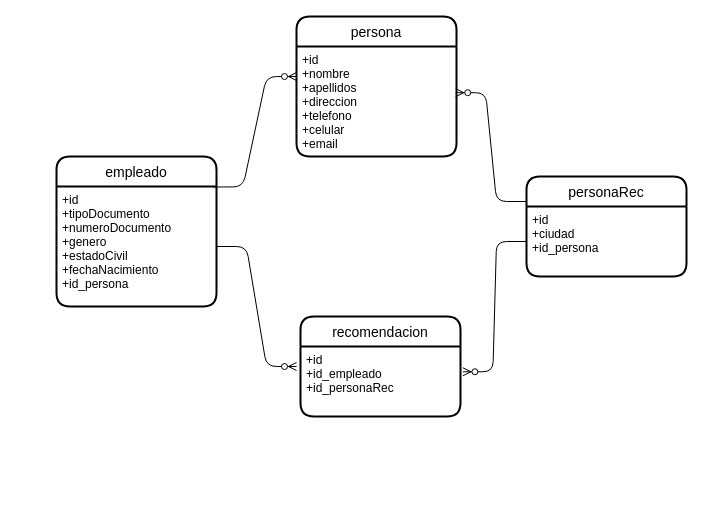
Before: HojasDeVida.drawio in shaten10/hdv, a draw.io diagram. Source tidied: cells renumbered, new cells numbered last; positions are measured from the earlier drawing's top-left corner, leaving out a move shared by most shapes. Both pictures are drawn from the tidied source at 100%, with x=0, y=0 at pixel (56, 16).
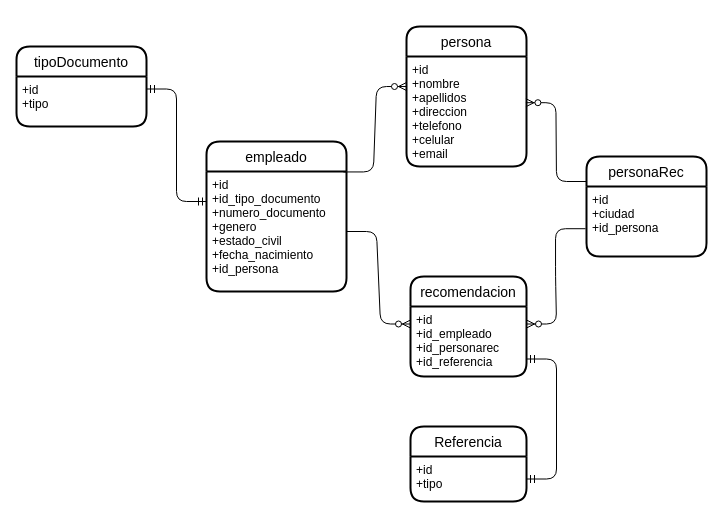
The same diagram, later.

Commit message (it also covers changes not shown here):
Cambios 1 Diseño relacional

Diff of the diagram source:
```diff
@@
 <mxGraphModel>
   <root>
     <mxCell id="0" />
     <mxCell id="1" parent="0" />
     <mxCell id="2" value="persona" style="swimlane;horizontal=1;startSize=30;rounded=1;fontSize=14;fontStyle=0;strokeWidth=2;shadow=0;dashed=0;align=center;" parent="1" vertex="1">
-      <mxGeometry x="240" width="160" height="140" as="geometry" />
+      <mxGeometry x="350" y="10" width="120" height="140" as="geometry" />
     </mxCell>
     <mxCell id="3" value="+id&#10;+nombre&#10;+apellidos&#10;+direccion&#10;+telefono&#10;+celular&#10;+email" style="align=left;strokeColor=none;fillColor=none;spacingLeft=4;fontSize=12;verticalAlign=top;" parent="2" vertex="1">
-      <mxGeometry y="30" width="160" height="110" as="geometry" />
+      <mxGeometry y="30" width="120" height="110" as="geometry" />
     </mxCell>
     <mxCell id="4" value="empleado" style="swimlane;horizontal=1;startSize=30;rounded=1;fontSize=14;fontStyle=0;strokeWidth=2;shadow=0;dashed=0;align=center;" parent="1" vertex="1">
-      <mxGeometry y="140" width="160" height="150" as="geometry" />
+      <mxGeometry x="150" y="125" width="140" height="150" as="geometry" />
     </mxCell>
-    <mxCell id="5" value="+id&#10;+tipoDocumento&#10;+numeroDocumento&#10;+genero&#10;+estadoCivil&#10;+fechaNacimiento&#10;+id_persona&#10;" style="align=left;strokeColor=none;fillColor=none;spacingLeft=4;fontSize=12;verticalAlign=top;" parent="4" vertex="1">
-      <mxGeometry y="30" width="160" height="120" as="geometry" />
+    <mxCell id="5" value="+id&#10;+id_tipo_documento&#10;+numero_documento&#10;+genero&#10;+estado_civil&#10;+fecha_nacimiento&#10;+id_persona&#10;" style="align=left;strokeColor=none;fillColor=none;spacingLeft=4;fontSize=12;verticalAlign=top;" parent="4" vertex="1">
+      <mxGeometry y="30" width="140" height="120" as="geometry" />
     </mxCell>
     <mxCell id="6" value="personaRec" style="swimlane;horizontal=1;startSize=30;rounded=1;fontSize=14;fontStyle=0;strokeWidth=2;shadow=0;dashed=0;align=center;" parent="1" vertex="1">
-      <mxGeometry x="470" y="160" width="160" height="100" as="geometry" />
+      <mxGeometry x="530" y="140" width="120" height="100" as="geometry" />
     </mxCell>
     <mxCell id="7" value="+id&#10;+ciudad&#10;+id_persona" style="align=left;strokeColor=none;fillColor=none;spacingLeft=4;fontSize=12;verticalAlign=top;" parent="6" vertex="1">
-      <mxGeometry y="30" width="160" height="70" as="geometry" />
+      <mxGeometry y="30" width="120" height="70" as="geometry" />
     </mxCell>
     <mxCell id="8" style="edgeStyle=entityRelationEdgeStyle;fontSize=12;html=1;endArrow=ERzeroToMany;endFill=1;exitX=0.978;exitY=0.203;exitDx=0;exitDy=0;exitPerimeter=0;entryX=0;entryY=0.273;entryDx=0;entryDy=0;entryPerimeter=0;" parent="1" edge="1" source="4" target="3">
       <mxGeometry relative="1" as="geometry" />
     </mxCell>
     <mxCell id="9" style="edgeStyle=entityRelationEdgeStyle;fontSize=12;html=1;endArrow=ERzeroToMany;endFill=1;exitX=0;exitY=0.25;exitDx=0;exitDy=0;entryX=0.995;entryY=0.42;entryDx=0;entryDy=0;entryPerimeter=0;" parent="1" edge="1" source="6" target="3">
       <mxGeometry relative="1" as="geometry" />
     </mxCell>
     <mxCell id="10" value="recomendacion" style="swimlane;horizontal=1;startSize=30;rounded=1;fontSize=14;fontStyle=0;strokeWidth=2;shadow=0;dashed=0;align=center;" parent="1" vertex="1">
-      <mxGeometry x="244" y="300" width="160" height="100" as="geometry" />
+      <mxGeometry x="354" y="260" width="116" height="100" as="geometry" />
     </mxCell>
-    <mxCell id="11" value="+id&#10;+id_empleado&#10;+id_personaRec" style="align=left;strokeColor=none;fillColor=none;spacingLeft=4;fontSize=12;verticalAlign=top;" parent="10" vertex="1">
-      <mxGeometry y="30" width="160" height="70" as="geometry" />
+    <mxCell id="11" value="+id&#10;+id_empleado&#10;+id_personarec&#10;+id_referencia" style="align=left;strokeColor=none;fillColor=none;spacingLeft=4;fontSize=12;verticalAlign=top;" parent="10" vertex="1">
+      <mxGeometry y="30" width="116" height="70" as="geometry" />
     </mxCell>
-    <mxCell id="12" style="edgeStyle=entityRelationEdgeStyle;fontSize=12;html=1;endArrow=ERzeroToMany;endFill=1;" parent="1" edge="1" source="5">
-      <mxGeometry relative="1" as="geometry">
-        <mxPoint x="240" y="350" as="targetPoint" />
-      </mxGeometry>
+    <mxCell id="12" style="edgeStyle=entityRelationEdgeStyle;fontSize=12;html=1;endArrow=ERzeroToMany;endFill=1;entryX=0;entryY=0.25;entryDx=0;entryDy=0;" parent="1" edge="1" source="5" target="11">
+      <mxGeometry relative="1" as="geometry" />
     </mxCell>
-    <mxCell id="13" style="edgeStyle=entityRelationEdgeStyle;fontSize=12;html=1;endArrow=ERzeroToMany;endFill=1;exitX=0;exitY=0.5;exitDx=0;exitDy=0;entryX=1.015;entryY=0.361;entryDx=0;entryDy=0;entryPerimeter=0;" parent="1" edge="1" source="7" target="11">
+    <mxCell id="13" style="edgeStyle=entityRelationEdgeStyle;fontSize=12;html=1;endArrow=ERzeroToMany;endFill=1;exitX=-0.008;exitY=0.603;exitDx=0;exitDy=0;exitPerimeter=0;entryX=1;entryY=0.25;entryDx=0;entryDy=0;" parent="1" edge="1" source="7" target="11">
       <mxGeometry relative="1" as="geometry" />
     </mxCell>
+    <mxCell id="14" value="tipoDocumento" style="swimlane;horizontal=1;startSize=30;rounded=1;fontSize=14;fontStyle=0;strokeWidth=2;shadow=0;dashed=0;align=center;" parent="1" vertex="1">
+      <mxGeometry x="-40" y="30" width="130" height="80" as="geometry" />
+    </mxCell>
+    <mxCell id="15" value="+id&#10;+tipo" style="align=left;strokeColor=none;fillColor=none;spacingLeft=4;fontSize=12;verticalAlign=top;" parent="14" vertex="1">
+      <mxGeometry y="30" width="130" height="50" as="geometry" />
+    </mxCell>
+    <mxCell id="16" style="edgeStyle=entityRelationEdgeStyle;fontSize=12;html=1;endArrow=ERmandOne;startArrow=ERmandOne;entryX=1;entryY=0.25;entryDx=0;entryDy=0;exitX=0;exitY=0.25;exitDx=0;exitDy=0;exitPerimeter=0;" parent="1" edge="1" source="5" target="15">
+      <mxGeometry relative="1" as="geometry" />
+    </mxCell>
+    <mxCell id="17" value="Referencia" style="swimlane;horizontal=1;startSize=30;rounded=1;fontSize=14;fontStyle=0;strokeWidth=2;shadow=0;dashed=0;align=center;" parent="1" vertex="1">
+      <mxGeometry x="354" y="410" width="116" height="75" as="geometry" />
+    </mxCell>
+    <mxCell id="18" value="+id&#10;+tipo" style="align=left;strokeColor=none;fillColor=none;spacingLeft=4;fontSize=12;verticalAlign=top;" parent="17" vertex="1">
+      <mxGeometry y="30" width="116" height="45" as="geometry" />
+    </mxCell>
+    <mxCell id="19" style="edgeStyle=entityRelationEdgeStyle;fontSize=12;html=1;endArrow=ERmandOne;startArrow=ERmandOne;exitX=1;exitY=0.5;exitDx=0;exitDy=0;entryX=1;entryY=0.75;entryDx=0;entryDy=0;" parent="1" edge="1" source="18" target="11">
+      <mxGeometry relative="1" as="geometry" />
+    </mxCell>
   </root>
 </mxGraphModel>
```
